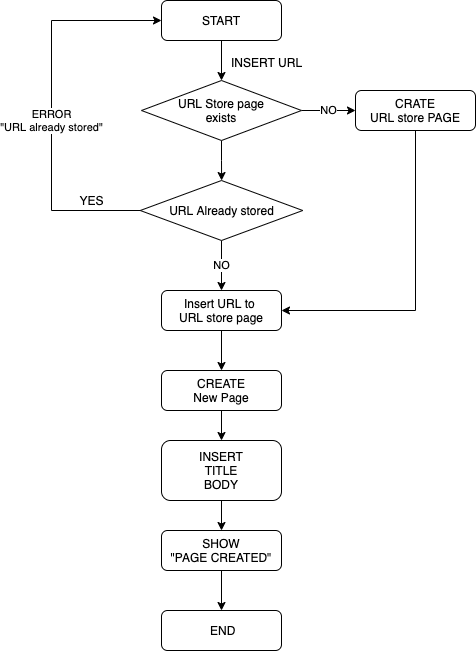
This is src/img/Architecture.png from ko-watanabe/scrapbox_search_engine, a draw.io export, as it was before one commit. Source tidied: cells renumbered, new cells last; positions are measured from the earlier drawing's top-left corner, leaving out a move shared by most shapes.
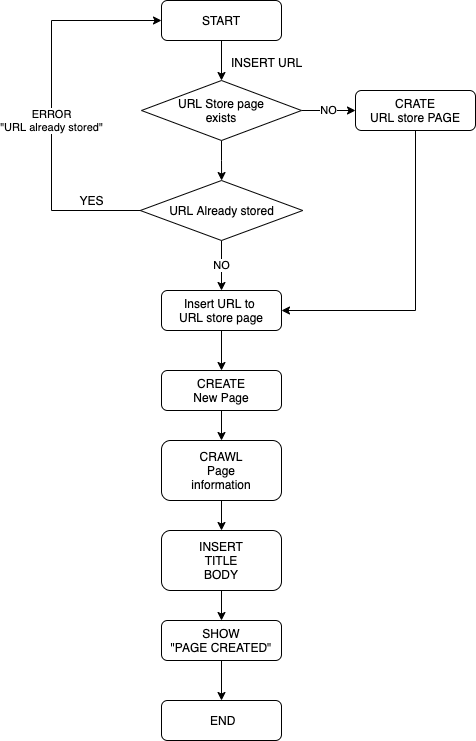
Later version of the same file.

Commit message:
REPLACE - system flow image

The edit, as a diff of the source:
```diff
@@ -49,9 +49,9 @@
     <mxCell id="15" value="YES" style="text;html=1;align=center;verticalAlign=middle;strokeColor=none;" parent="1" vertex="1">
       <mxGeometry x="20" y="190" width="40" height="20" as="geometry" />
     </mxCell>
-    <mxCell id="16" style="edgeStyle=orthogonalEdgeStyle;rounded=0;jettySize=auto;html=1;exitX=0.5;exitY=1;exitDx=0;exitDy=0;entryX=0.5;entryY=0;entryDx=0;entryDy=0;" parent="1" edge="1" source="17" target="19">
-      <mxGeometry relative="1" as="geometry" />
-    </mxCell>
+    <mxCell id="23" style="edgeStyle=orthogonalEdgeStyle;rounded=0;jettySize=auto;html=1;exitX=0.5;exitY=1;exitDx=0;exitDy=0;entryX=0.5;entryY=0;entryDx=0;entryDy=0;" parent="1" edge="1" source="17" target="25">
+      <mxGeometry relative="1" as="geometry" />
+    </mxCell>
     <mxCell id="17" value="CREATE&lt;br&gt;New Page" style="rounded=1;whiteSpace=wrap;html=1;fontSize=12;glass=0;strokeWidth=1;shadow=0;" parent="1" vertex="1">
       <mxGeometry x="110" y="370" width="120" height="40" as="geometry" />
     </mxCell>
@@ -59,16 +59,22 @@
       <mxGeometry relative="1" as="geometry" />
     </mxCell>
     <mxCell id="19" value="INSERT&lt;br&gt;TITLE&lt;br&gt;BODY" style="rounded=1;whiteSpace=wrap;html=1;fontSize=12;glass=0;strokeWidth=1;shadow=0;" parent="1" vertex="1">
-      <mxGeometry x="110" y="440" width="120" height="60" as="geometry" />
+      <mxGeometry x="110" y="530" width="120" height="60" as="geometry" />
     </mxCell>
     <mxCell id="20" style="edgeStyle=orthogonalEdgeStyle;rounded=0;jettySize=auto;html=1;exitX=0.5;exitY=1;exitDx=0;exitDy=0;entryX=0.5;entryY=0;entryDx=0;entryDy=0;" parent="1" edge="1" source="21" target="22">
       <mxGeometry relative="1" as="geometry" />
     </mxCell>
     <mxCell id="21" value="SHOW&lt;br&gt;&quot;PAGE CREATED&quot;" style="rounded=1;whiteSpace=wrap;html=1;fontSize=12;glass=0;strokeWidth=1;shadow=0;" parent="1" vertex="1">
-      <mxGeometry x="110" y="530" width="120" height="40" as="geometry" />
+      <mxGeometry x="110" y="620" width="120" height="40" as="geometry" />
     </mxCell>
     <mxCell id="22" value="&amp;nbsp;END" style="rounded=1;whiteSpace=wrap;html=1;fontSize=12;glass=0;strokeWidth=1;shadow=0;" parent="1" vertex="1">
-      <mxGeometry x="110" y="610" width="120" height="40" as="geometry" />
+      <mxGeometry x="110" y="700" width="120" height="40" as="geometry" />
     </mxCell>
+    <mxCell id="24" style="edgeStyle=orthogonalEdgeStyle;rounded=0;jettySize=auto;html=1;exitX=0.5;exitY=1;exitDx=0;exitDy=0;entryX=0.5;entryY=0;entryDx=0;entryDy=0;" parent="1" edge="1" source="25" target="19">
+      <mxGeometry relative="1" as="geometry" />
+    </mxCell>
+    <mxCell id="25" value="CRAWL&lt;br&gt;Page&lt;br&gt;information" style="rounded=1;whiteSpace=wrap;html=1;fontSize=12;glass=0;strokeWidth=1;shadow=0;" parent="1" vertex="1">
+      <mxGeometry x="110" y="440" width="120" height="60" as="geometry" />
+    </mxCell>
   </root>
 </mxGraphModel>
```
